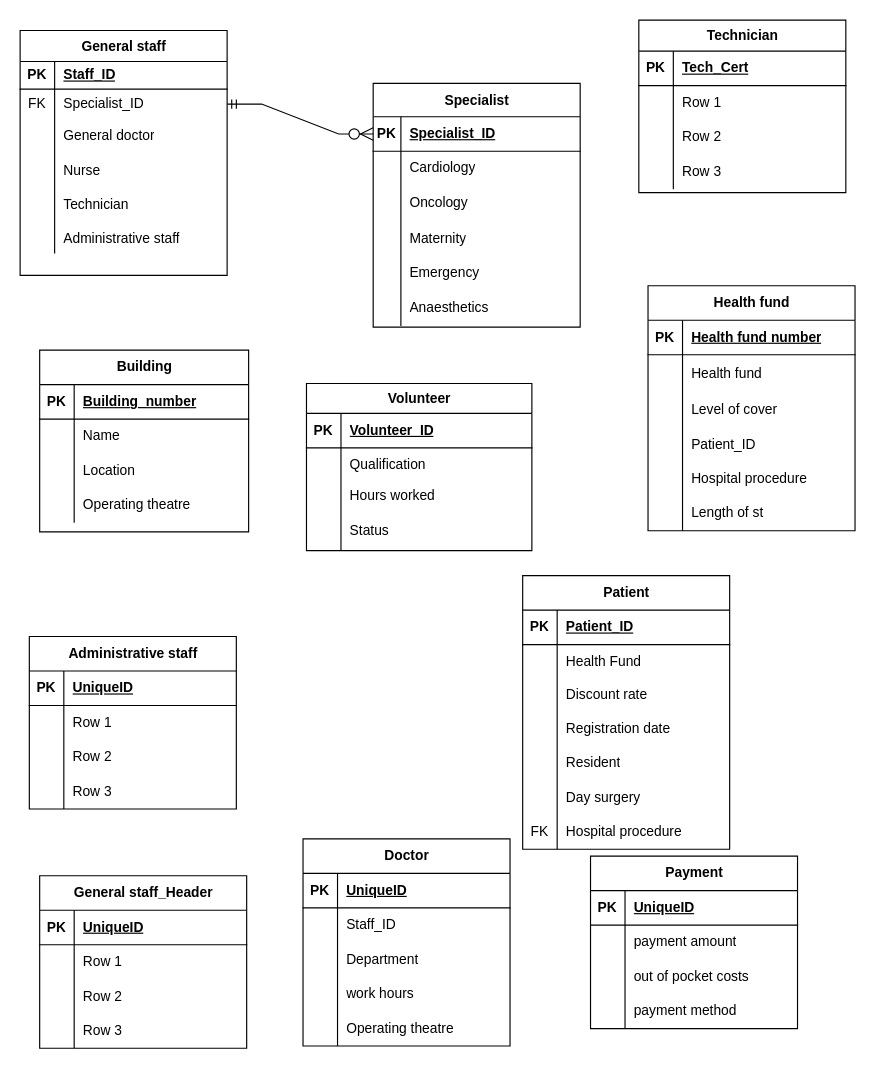
Above: Untitled Diagram.drawio in SianMillard/SianMillard.github.io (draw.io), before the change. Source tidied: cells renumbered, new cells numbered last; positions are measured from the earlier drawing's top-left corner, leaving out a move shared by most shapes. Both pictures are drawn from the tidied source at 115%, with x=0, y=0 at pixel (20, 20).
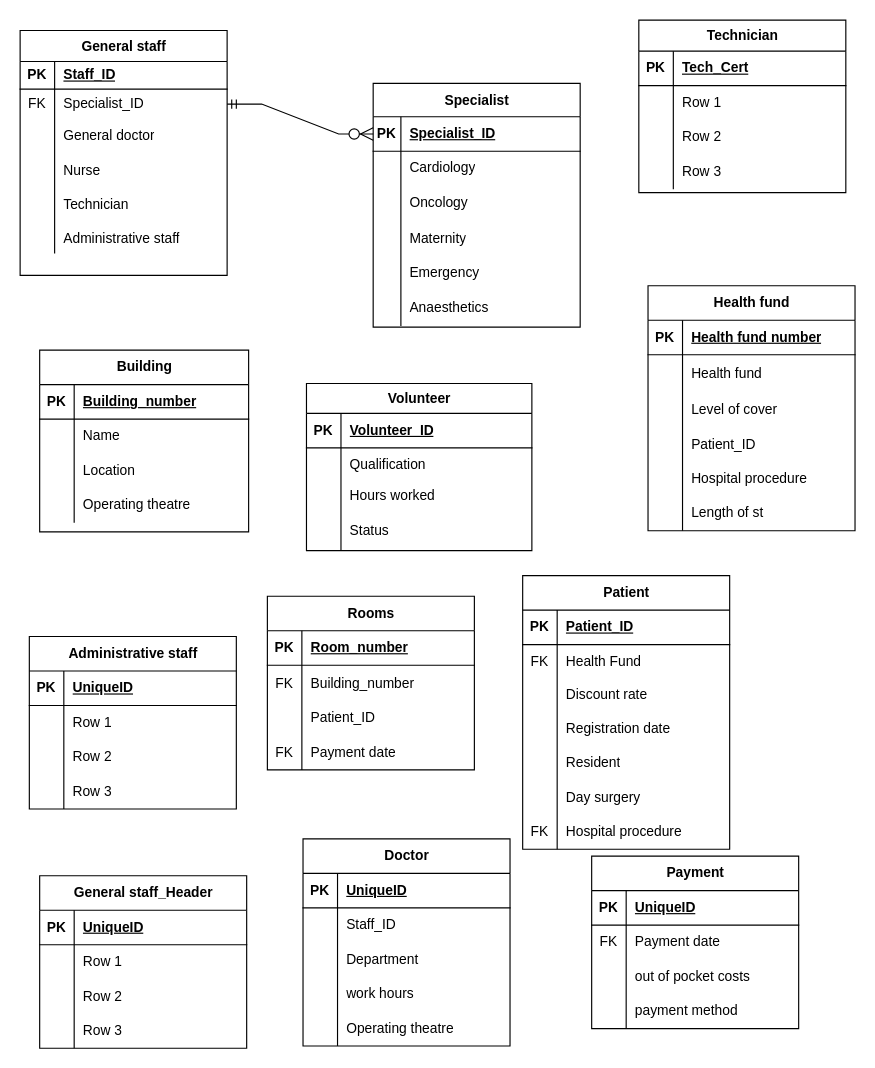
Above is the later version.

The change refers to these unchanged cells:
```xml
<mxCell id="44" style="shape=tableRow;horizontal=0;startSize=0;swimlaneHead=0;swimlaneBody=0;fillColor=none;top=0;left=0;right=0;bottom=0;labelBackgroundColor=none;" parent="40" vertex="1">
  <mxGeometry y="60" width="180" height="30" as="geometry" />
</mxCell>
<mxCell id="92" style="shape=tableRow;horizontal=0;startSize=0;swimlaneHead=0;swimlaneBody=0;fillColor=none;top=0;left=0;right=0;bottom=0;labelBackgroundColor=none;" parent="88" vertex="1">
  <mxGeometry y="60" width="180" height="30" as="geometry" />
</mxCell>
```

Change to the diagram source:
```diff
@@
-    <mxCell id="45" style="shape=partialRectangle;fillColor=none;top=0;left=0;bottom=0;right=0;overflow=hidden;whiteSpace=wrap;html=1;labelBackgroundColor=none;" parent="44" vertex="1">
+    <mxCell id="45" value="FK" style="shape=partialRectangle;fillColor=none;top=0;left=0;bottom=0;right=0;overflow=hidden;whiteSpace=wrap;html=1;labelBackgroundColor=none;" parent="44" vertex="1">
       <mxGeometry width="30" height="30" as="geometry" />
     </mxCell>
@@
     <mxCell id="88" value="Payment" style="shape=table;startSize=30;childLayout=tableLayout;rowLines=0;fontStyle=1;align=center;html=1;labelBackgroundColor=none;" parent="1" vertex="1">
-      <mxGeometry x="496" y="727" width="180" height="150" as="geometry" />
+      <mxGeometry x="497" y="727" width="180" height="150" as="geometry" />
     </mxCell>
@@
-    <mxCell id="93" style="shape=partialRectangle;fillColor=none;top=0;left=0;bottom=0;right=0;overflow=hidden;whiteSpace=wrap;html=1;labelBackgroundColor=none;" parent="92" vertex="1">
+    <mxCell id="93" value="FK" style="shape=partialRectangle;fillColor=none;top=0;left=0;bottom=0;right=0;overflow=hidden;whiteSpace=wrap;html=1;labelBackgroundColor=none;" parent="92" vertex="1">
       <mxGeometry width="30" height="30" as="geometry" />
     </mxCell>
-    <mxCell id="94" value="payment amount" style="shape=partialRectangle;fillColor=none;top=0;left=0;bottom=0;right=0;align=left;spacingLeft=6;overflow=hidden;whiteSpace=wrap;html=1;labelBackgroundColor=none;" parent="92" vertex="1">
+    <mxCell id="94" value="Payment date" style="shape=partialRectangle;fillColor=none;top=0;left=0;bottom=0;right=0;align=left;spacingLeft=6;overflow=hidden;whiteSpace=wrap;html=1;labelBackgroundColor=none;" parent="92" vertex="1">
       <mxGeometry x="30" width="150" height="30" as="geometry" />
     </mxCell>
@@
+    <mxCell id="176" value="Rooms" style="shape=table;startSize=30;childLayout=tableLayout;rowLines=0;fontStyle=1;align=center;html=1;" parent="1" vertex="1">
+      <mxGeometry x="215" y="501" width="180" height="151" as="geometry" />
+    </mxCell>
+    <mxCell id="177" style="shape=tableRow;horizontal=0;startSize=0;swimlaneHead=0;swimlaneBody=0;fillColor=none;top=0;left=0;right=0;bottom=1;" parent="176" vertex="1">
+      <mxGeometry y="30" width="180" height="30" as="geometry" />
+    </mxCell>
+    <mxCell id="178" value="PK" style="shape=partialRectangle;fillColor=none;top=0;left=0;bottom=0;right=0;fontStyle=1;overflow=hidden;whiteSpace=wrap;html=1;" parent="177" vertex="1">
+      <mxGeometry width="30" height="30" as="geometry" />
+    </mxCell>
+    <mxCell id="179" value="Room_number" style="shape=partialRectangle;fillColor=none;top=0;left=0;bottom=0;right=0;align=left;spacingLeft=6;fontStyle=5;overflow=hidden;whiteSpace=wrap;html=1;" parent="177" vertex="1">
+      <mxGeometry x="30" width="150" height="30" as="geometry" />
+    </mxCell>
+    <mxCell id="180" style="shape=tableRow;horizontal=0;startSize=0;swimlaneHead=0;swimlaneBody=0;fillColor=none;top=0;left=0;right=0;bottom=0;" parent="176" vertex="1">
+      <mxGeometry y="60" width="180" height="31" as="geometry" />
+    </mxCell>
+    <mxCell id="181" value="FK" style="shape=partialRectangle;fillColor=none;top=0;left=0;bottom=0;right=0;overflow=hidden;whiteSpace=wrap;html=1;" parent="180" vertex="1">
+      <mxGeometry width="30" height="31" as="geometry" />
+    </mxCell>
+    <mxCell id="182" value="Building_number" style="shape=partialRectangle;fillColor=none;top=0;left=0;bottom=0;right=0;align=left;spacingLeft=6;overflow=hidden;whiteSpace=wrap;html=1;" parent="180" vertex="1">
+      <mxGeometry x="30" width="150" height="31" as="geometry" />
+    </mxCell>
+    <mxCell id="183" style="shape=tableRow;horizontal=0;startSize=0;swimlaneHead=0;swimlaneBody=0;fillColor=none;top=0;left=0;right=0;bottom=0;" parent="176" vertex="1">
+      <mxGeometry y="91" width="180" height="30" as="geometry" />
+    </mxCell>
+    <mxCell id="184" style="shape=partialRectangle;fillColor=none;top=0;left=0;bottom=0;right=0;overflow=hidden;whiteSpace=wrap;html=1;" parent="183" vertex="1">
+      <mxGeometry width="30" height="30" as="geometry" />
+    </mxCell>
+    <mxCell id="185" value="Patient_ID" style="shape=partialRectangle;fillColor=none;top=0;left=0;bottom=0;right=0;align=left;spacingLeft=6;overflow=hidden;whiteSpace=wrap;html=1;" parent="183" vertex="1">
+      <mxGeometry x="30" width="150" height="30" as="geometry" />
+    </mxCell>
+    <mxCell id="186" style="shape=tableRow;horizontal=0;startSize=0;swimlaneHead=0;swimlaneBody=0;fillColor=none;top=0;left=0;right=0;bottom=0;" parent="176" vertex="1">
+      <mxGeometry y="121" width="180" height="30" as="geometry" />
+    </mxCell>
+    <mxCell id="187" value="FK" style="shape=partialRectangle;fillColor=none;top=0;left=0;bottom=0;right=0;overflow=hidden;whiteSpace=wrap;html=1;" parent="186" vertex="1">
+      <mxGeometry width="30" height="30" as="geometry" />
+    </mxCell>
+    <mxCell id="188" value="Payment date" style="shape=partialRectangle;fillColor=none;top=0;left=0;bottom=0;right=0;align=left;spacingLeft=6;overflow=hidden;whiteSpace=wrap;html=1;" parent="186" vertex="1">
+      <mxGeometry x="30" width="150" height="30" as="geometry" />
+    </mxCell>
```
